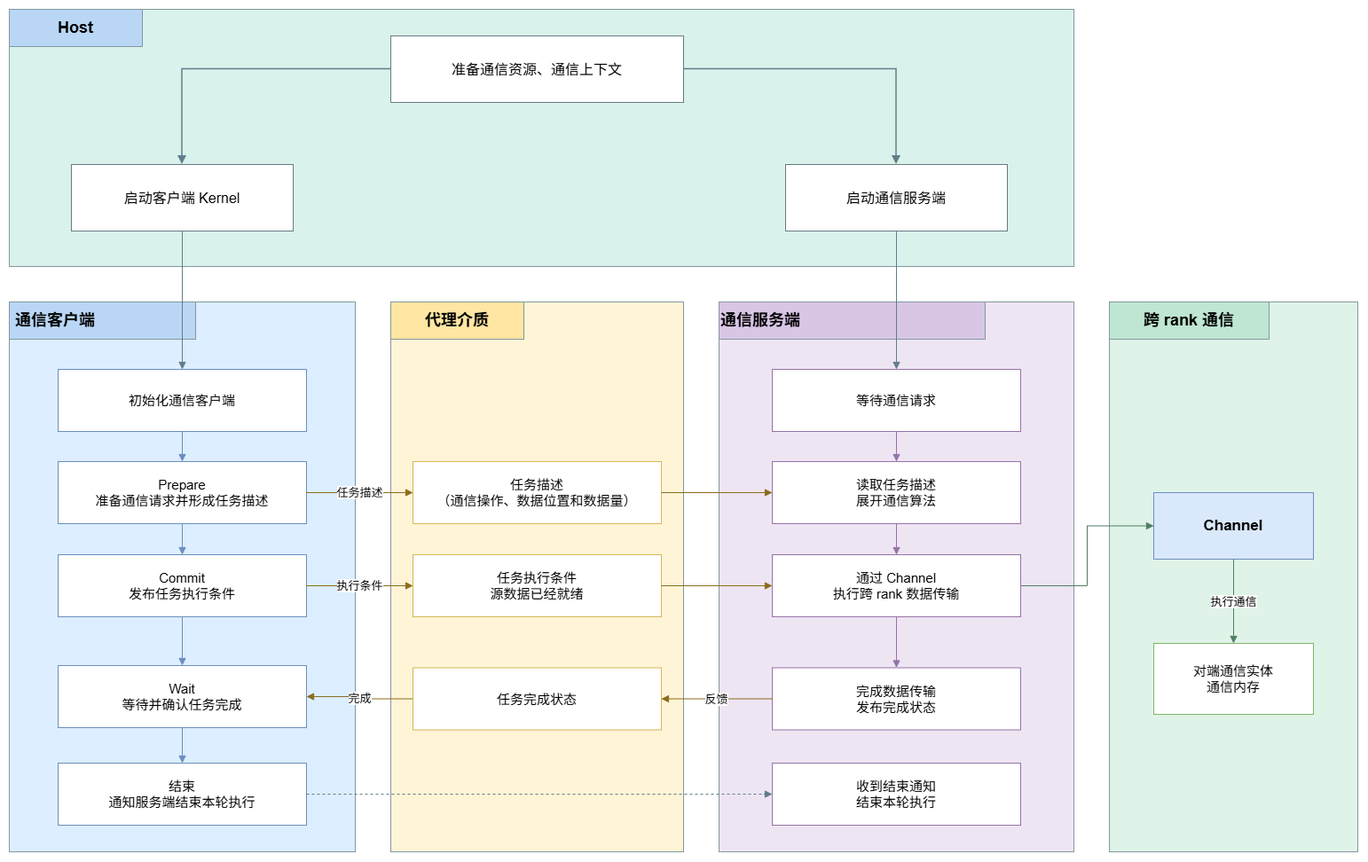
Earlier version of the draw.io export docs/zh/programming-model/figures/proxy_execution_model.png (Atlas-Ascend-Fork/asc-comm). Source tidied: cells renumbered, new cells last; positions are measured from the earlier drawing's top-left corner, leaving out a move shared by most shapes.
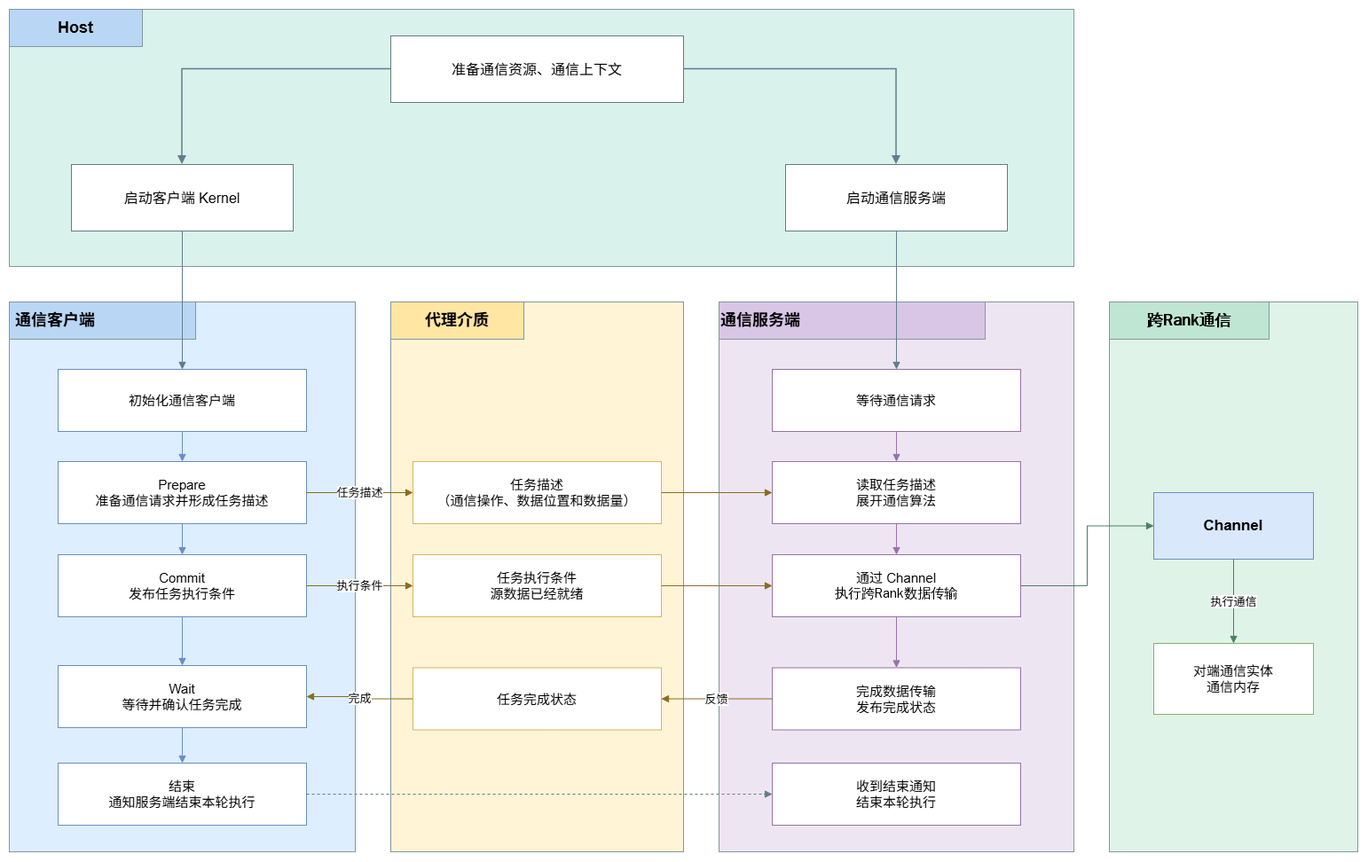
The same diagram one commit later.

Commit message:
updata execution model

What changed in the source:
```diff
@@ -92,7 +92,7 @@
     <mxCell id="31" style="rounded=0;whiteSpace=wrap;html=1;fillColor=#DFF3E8;strokeColor=#82979E;strokeWidth=1;" parent="1" vertex="1">
       <mxGeometry x="1240" y="330" width="280" height="620" as="geometry" />
     </mxCell>
-    <mxCell id="32" value="跨 rank 通信" style="rounded=0;whiteSpace=wrap;html=1;fillColor=#BFE6D2;strokeColor=#82979E;fontStyle=1;fontSize=18;" parent="1" vertex="1">
+    <mxCell id="32" value="跨Rank通信" style="rounded=0;whiteSpace=wrap;html=1;fillColor=#BFE6D2;strokeColor=#82979E;fontStyle=1;fontSize=18;" parent="1" vertex="1">
       <mxGeometry x="1240" y="330" width="180" height="42" as="geometry" />
     </mxCell>
     <mxCell id="33" value="Channel" style="rounded=0;whiteSpace=wrap;html=1;fillColor=#DAE8FC;strokeColor=#6C8EBF;fontStyle=1;fontSize=17;" parent="1" vertex="1">
@@ -142,7 +142,7 @@
     <mxCell id="47" value="收到结束通知&lt;br&gt;结束本轮执行" style="rounded=0;whiteSpace=wrap;html=1;fillColor=#FFFFFF;strokeColor=#9673A6;fontSize=15;" parent="1" vertex="1">
       <mxGeometry x="860" y="850" width="280" height="70" as="geometry" />
     </mxCell>
-    <mxCell id="48" value="通过 Channel&lt;br&gt;执行跨 rank 数据传输" style="rounded=0;whiteSpace=wrap;html=1;fillColor=#FFFFFF;strokeColor=#9673A6;fontSize=15;" parent="1" vertex="1">
+    <mxCell id="48" value="通过 Channel&lt;br&gt;执行跨Rank数据传输" style="rounded=0;whiteSpace=wrap;html=1;fillColor=#FFFFFF;strokeColor=#9673A6;fontSize=15;" parent="1" vertex="1">
       <mxGeometry x="860" y="615" width="280" height="70" as="geometry" />
     </mxCell>
     <mxCell id="49" style="edgeStyle=orthogonalEdgeStyle;rounded=0;jettySize=auto;html=1;endArrow=block;endFill=1;strokeColor=#8A6D1D;exitX=1;exitY=0.5;exitDx=0;exitDy=0;entryX=0;entryY=0.5;entryDx=0;entryDy=0;" parent="1" edge="1" source="22" target="48">
```
